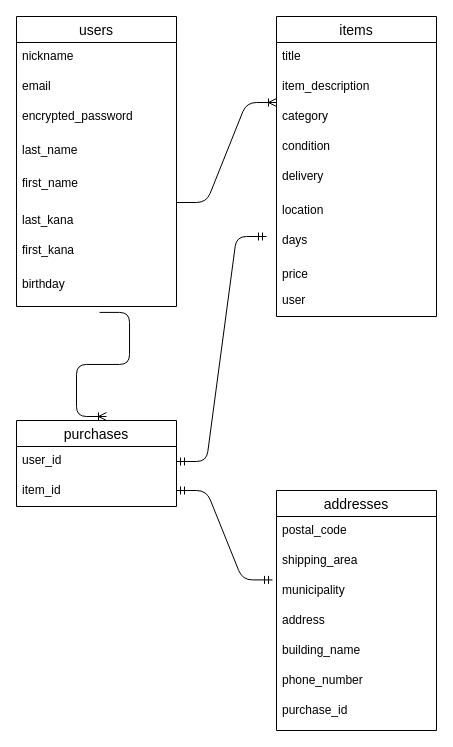
Before: er_furima.dio in Masaki-Ohtaka/furima-34335, a draw.io diagram. Source tidied: cells renumbered, new cells numbered last; positions are measured from the earlier drawing's top-left corner, leaving out a move shared by most shapes. Both pictures are drawn from the tidied source at 100%, with x=0, y=0 at pixel (16, 16).
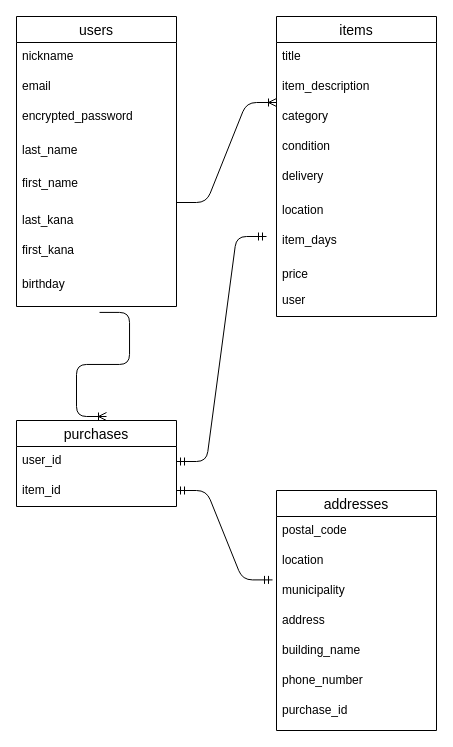
After the change.

Unchanged cells that the change refers to:
```xml
<mxCell id="31" value="addresses" style="swimlane;fontStyle=0;horizontal=1;startSize=26;align=center;fontSize=14;" parent="1" vertex="1">
  <mxGeometry x="260" y="474" width="160" height="240" as="geometry" />
</mxCell>
```

What changed in the source:
```diff
@@
-    <mxCell id="24" value="days" style="text;strokeColor=none;fillColor=none;spacingLeft=4;spacingRight=4;overflow=hidden;fontSize=12;" parent="1" vertex="1">
+    <mxCell id="24" value="item_days" style="text;strokeColor=none;fillColor=none;spacingLeft=4;spacingRight=4;overflow=hidden;fontSize=12;" parent="1" vertex="1">
       <mxGeometry x="260" y="210" width="160" height="34" as="geometry" />
     </mxCell>
@@
-    <mxCell id="33" value="shipping_area" style="text;strokeColor=none;fillColor=none;spacingLeft=4;spacingRight=4;overflow=hidden;fontSize=12;" parent="31" vertex="1">
+    <mxCell id="33" value="location" style="text;strokeColor=none;fillColor=none;spacingLeft=4;spacingRight=4;overflow=hidden;fontSize=12;" parent="31" vertex="1">
       <mxGeometry y="56" width="160" height="30" as="geometry" />
     </mxCell>
```
